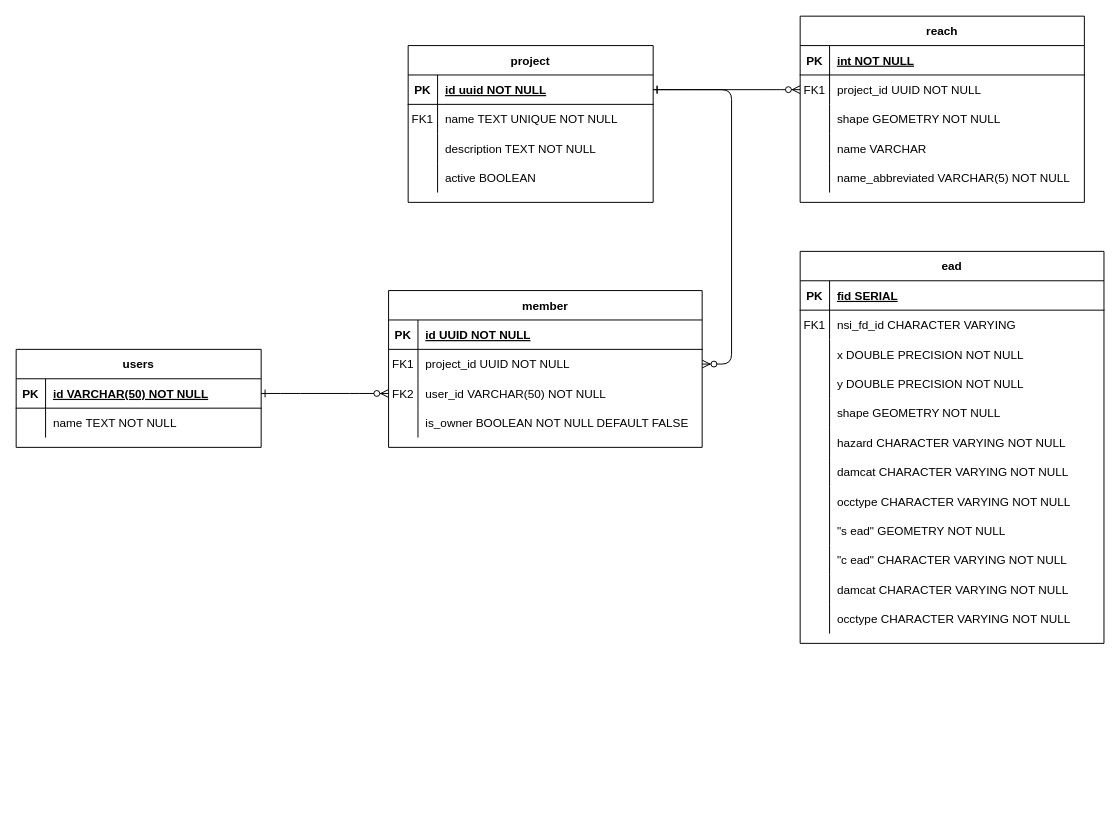
USACE/chart-docs keeps this draw.io diagram as Untitled Diagram.drawio. Above is the earlier version. Source tidied: cells renumbered, new cells numbered last; positions are measured from the earlier drawing's top-left corner, leaving out a move shared by most shapes. Both pictures are drawn from the tidied source at 98%, with x=0, y=0 at pixel (16, 16).
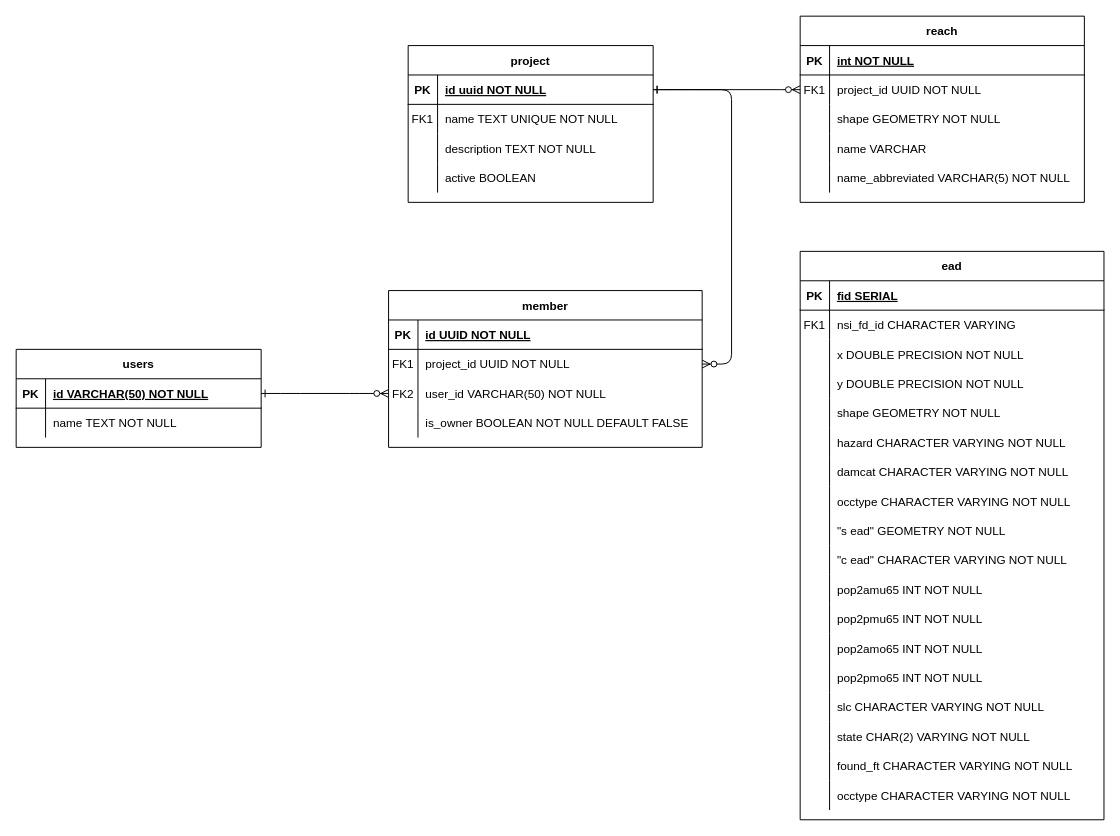
Above is the later version.

Unchanged cells that the change refers to:
```xml
<mxCell id="83" style="shape=partialRectangle;fillColor=none;top=0;left=0;right=0;bottom=0;" parent="52" vertex="1">
  <mxGeometry y="330" width="310" height="30" as="geometry" />
</mxCell>
<mxCell id="86" style="shape=partialRectangle;fillColor=none;top=0;left=0;right=0;bottom=0;" parent="52" vertex="1">
  <mxGeometry y="360" width="310" height="30" as="geometry" />
</mxCell>
```

Diff of the diagram source:
```diff
@@
     <mxCell id="52" value="ead" style="shape=table;startSize=30;childLayout=tableLayout;rowLines=0;fontStyle=1;align=center;" parent="1" vertex="1">
-      <mxGeometry x="800" y="240" width="310" height="400" as="geometry" />
+      <mxGeometry x="800" y="240" width="310" height="580" as="geometry" />
     </mxCell>
@@
-    <mxCell id="85" value="damcat CHARACTER VARYING NOT NULL" style="shape=partialRectangle;overflow=hidden;fillColor=none;top=0;left=0;bottom=0;right=0;align=left;spacingLeft=6;" parent="83" vertex="1">
+    <mxCell id="85" value="pop2amu65 INT NOT NULL" style="shape=partialRectangle;overflow=hidden;fillColor=none;top=0;left=0;bottom=0;right=0;align=left;spacingLeft=6;" parent="83" vertex="1">
       <mxGeometry x="30" width="280" height="30" as="geometry" />
     </mxCell>
@@
-    <mxCell id="88" value="occtype CHARACTER VARYING NOT NULL" style="shape=partialRectangle;overflow=hidden;fillColor=none;top=0;left=0;bottom=0;right=0;align=left;spacingLeft=6;" parent="86" vertex="1">
+    <mxCell id="88" value="pop2pmu65 INT NOT NULL" style="shape=partialRectangle;overflow=hidden;fillColor=none;top=0;left=0;bottom=0;right=0;align=left;spacingLeft=6;" parent="86" vertex="1">
       <mxGeometry x="30" width="280" height="30" as="geometry" />
     </mxCell>
+    <mxCell id="91" style="shape=partialRectangle;fillColor=none;top=0;left=0;right=0;bottom=0;" parent="52" vertex="1">
+      <mxGeometry y="390" width="310" height="30" as="geometry" />
+    </mxCell>
+    <mxCell id="92" style="shape=partialRectangle;overflow=hidden;fillColor=none;top=0;left=0;bottom=0;right=0;" parent="91" vertex="1">
+      <mxGeometry width="30" height="30" as="geometry" />
+    </mxCell>
+    <mxCell id="93" value="pop2amo65 INT NOT NULL" style="shape=partialRectangle;overflow=hidden;fillColor=none;top=0;left=0;bottom=0;right=0;align=left;spacingLeft=6;" parent="91" vertex="1">
+      <mxGeometry x="30" width="280" height="30" as="geometry" />
+    </mxCell>
+    <mxCell id="94" style="shape=partialRectangle;fillColor=none;top=0;left=0;right=0;bottom=0;" parent="52" vertex="1">
+      <mxGeometry y="420" width="310" height="30" as="geometry" />
+    </mxCell>
+    <mxCell id="95" style="shape=partialRectangle;overflow=hidden;fillColor=none;top=0;left=0;bottom=0;right=0;" parent="94" vertex="1">
+      <mxGeometry width="30" height="30" as="geometry" />
+    </mxCell>
+    <mxCell id="96" value="pop2pmo65 INT NOT NULL" style="shape=partialRectangle;overflow=hidden;fillColor=none;top=0;left=0;bottom=0;right=0;align=left;spacingLeft=6;" parent="94" vertex="1">
+      <mxGeometry x="30" width="280" height="30" as="geometry" />
+    </mxCell>
+    <mxCell id="97" style="shape=partialRectangle;fillColor=none;top=0;left=0;right=0;bottom=0;" parent="52" vertex="1">
+      <mxGeometry y="450" width="310" height="30" as="geometry" />
+    </mxCell>
+    <mxCell id="98" style="shape=partialRectangle;overflow=hidden;fillColor=none;top=0;left=0;bottom=0;right=0;" parent="97" vertex="1">
+      <mxGeometry width="30" height="30" as="geometry" />
+    </mxCell>
+    <mxCell id="99" value="slc CHARACTER VARYING NOT NULL" style="shape=partialRectangle;overflow=hidden;fillColor=none;top=0;left=0;bottom=0;right=0;align=left;spacingLeft=6;" parent="97" vertex="1">
+      <mxGeometry x="30" width="280" height="30" as="geometry" />
+    </mxCell>
+    <mxCell id="100" style="shape=partialRectangle;fillColor=none;top=0;left=0;right=0;bottom=0;" parent="52" vertex="1">
+      <mxGeometry y="480" width="310" height="30" as="geometry" />
+    </mxCell>
+    <mxCell id="101" style="shape=partialRectangle;overflow=hidden;fillColor=none;top=0;left=0;bottom=0;right=0;" parent="100" vertex="1">
+      <mxGeometry width="30" height="30" as="geometry" />
+    </mxCell>
+    <mxCell id="102" value="state CHAR(2) VARYING NOT NULL" style="shape=partialRectangle;overflow=hidden;fillColor=none;top=0;left=0;bottom=0;right=0;align=left;spacingLeft=6;" parent="100" vertex="1">
+      <mxGeometry x="30" width="280" height="30" as="geometry" />
+    </mxCell>
+    <mxCell id="103" style="shape=partialRectangle;fillColor=none;top=0;left=0;right=0;bottom=0;" parent="52" vertex="1">
+      <mxGeometry y="510" width="310" height="30" as="geometry" />
+    </mxCell>
+    <mxCell id="104" style="shape=partialRectangle;overflow=hidden;fillColor=none;top=0;left=0;bottom=0;right=0;" parent="103" vertex="1">
+      <mxGeometry width="30" height="30" as="geometry" />
+    </mxCell>
+    <mxCell id="105" value="found_ft CHARACTER VARYING NOT NULL" style="shape=partialRectangle;overflow=hidden;fillColor=none;top=0;left=0;bottom=0;right=0;align=left;spacingLeft=6;" parent="103" vertex="1">
+      <mxGeometry x="30" width="280" height="30" as="geometry" />
+    </mxCell>
+    <mxCell id="106" style="shape=partialRectangle;fillColor=none;top=0;left=0;right=0;bottom=0;" parent="52" vertex="1">
+      <mxGeometry y="540" width="310" height="30" as="geometry" />
+    </mxCell>
+    <mxCell id="107" style="shape=partialRectangle;overflow=hidden;fillColor=none;top=0;left=0;bottom=0;right=0;" parent="106" vertex="1">
+      <mxGeometry width="30" height="30" as="geometry" />
+    </mxCell>
+    <mxCell id="108" value="occtype CHARACTER VARYING NOT NULL" style="shape=partialRectangle;overflow=hidden;fillColor=none;top=0;left=0;bottom=0;right=0;align=left;spacingLeft=6;" parent="106" vertex="1">
+      <mxGeometry x="30" width="280" height="30" as="geometry" />
+    </mxCell>
```
